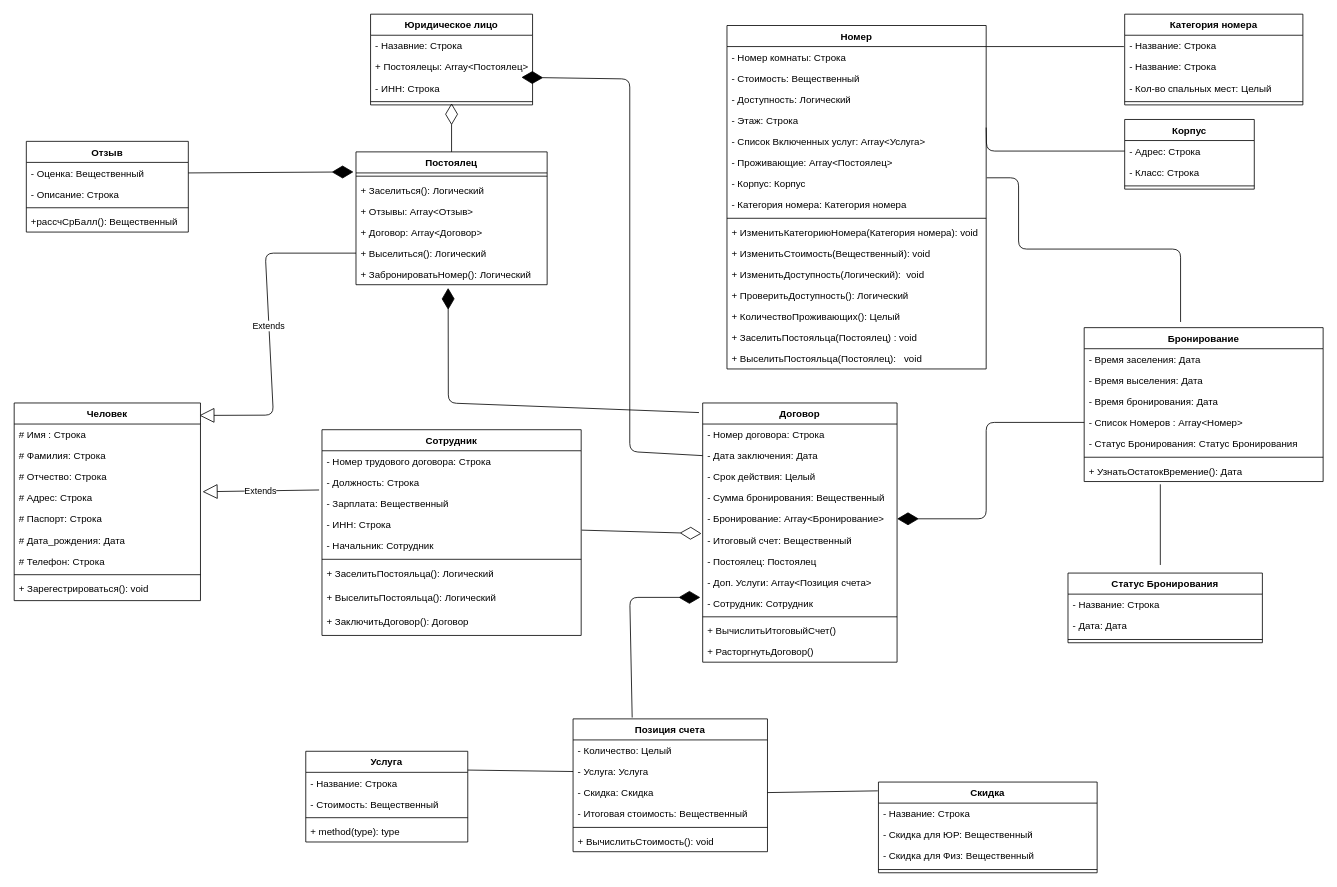
The draw.io diagram IS_IS/lab2/Class diagram.drawio in Suvorovm/DB--Labs, before the edit. Source tidied: cells renumbered, new cells numbered last; positions are measured from the earlier drawing's top-left corner, leaving out a move shared by most shapes. Both pictures are drawn from the tidied source at 81%, with x=0, y=0 at pixel (14, 14).
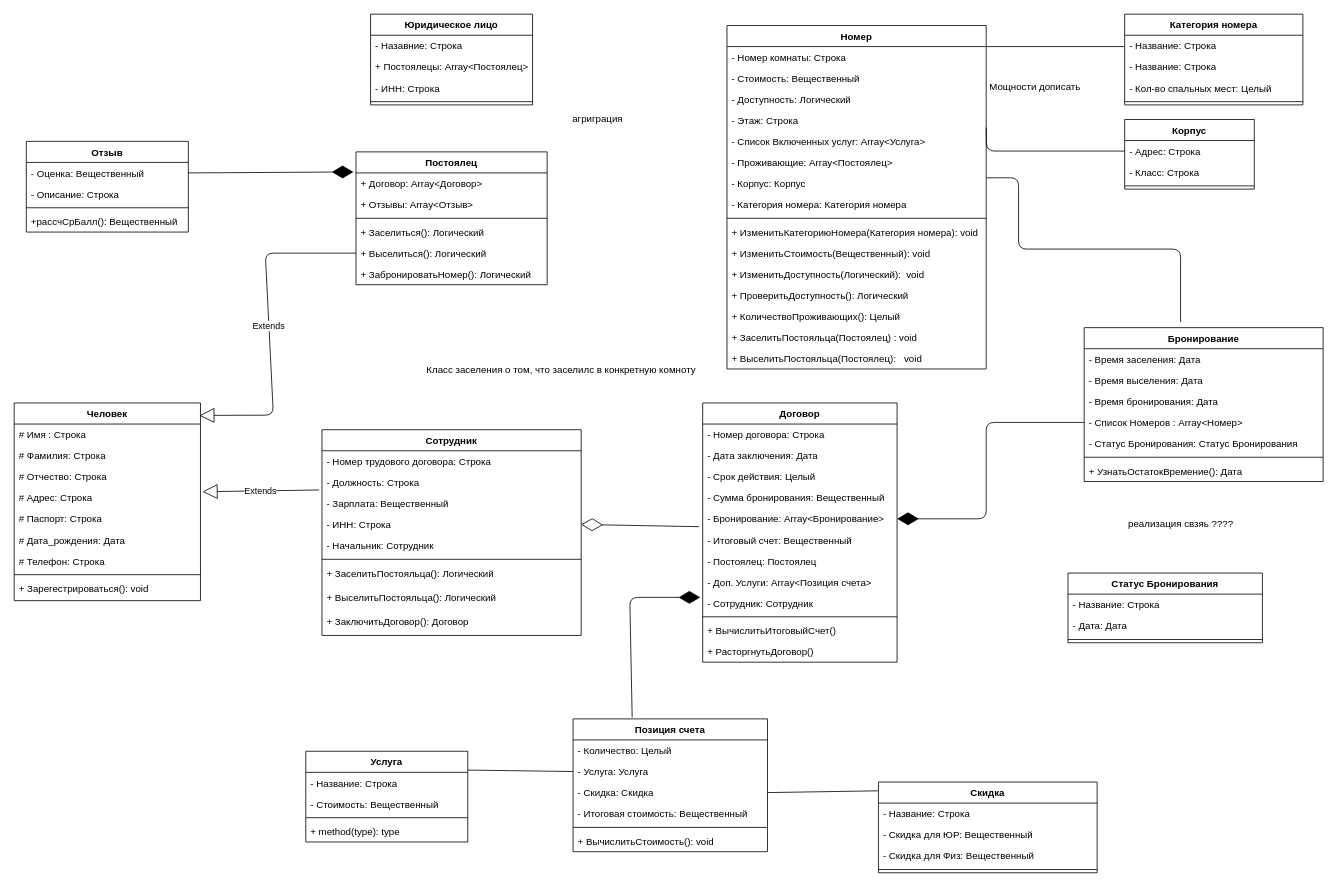
The same diagram, later.

Commit message:
внес коррективы в диаграмму классов

The change refers to these unchanged cells:
```xml
<mxCell id="28" value="+ УзнатьОстатокВремение(): Дата" style="text;strokeColor=none;fillColor=none;align=left;verticalAlign=top;spacingLeft=4;spacingRight=4;overflow=hidden;points=[[0,0.5],[1,0.5]];portConstraint=eastwest;" parent="21" vertex="1">
  <mxGeometry y="164" width="295" height="26" as="geometry" />
</mxCell>
<mxCell id="32" value="- ИНН: Строка" style="text;strokeColor=none;fillColor=none;align=left;verticalAlign=top;spacingLeft=4;spacingRight=4;overflow=hidden;points=[[0,0.5],[1,0.5]];portConstraint=eastwest;" parent="29" vertex="1">
  <mxGeometry y="78" width="200" height="26" as="geometry" />
</mxCell>
<mxCell id="50" value="Постоялец" style="swimlane;fontStyle=1;align=center;verticalAlign=top;horizontal=1;startSize=26;" parent="1" vertex="1">
  <mxGeometry x="422" y="170" width="236" height="164" as="geometry" />
</mxCell>
<mxCell id="56" value="+ ЗабронироватьНомер(): Логический" style="text;strokeColor=none;fillColor=none;align=left;verticalAlign=top;spacingLeft=4;spacingRight=4;overflow=hidden;points=[[0,0.5],[1,0.5]];portConstraint=eastwest;" parent="50" vertex="1">
  <mxGeometry y="138" width="236" height="26" as="geometry" />
</mxCell>
<mxCell id="57" value="Договор" style="swimlane;fontStyle=1;align=center;verticalAlign=top;horizontal=1;startSize=26;" parent="1" vertex="1">
  <mxGeometry x="850" y="480" width="240" height="320" as="geometry" />
</mxCell>
<mxCell id="59" value="- Дата заключения: Дата" style="text;strokeColor=none;fillColor=none;align=left;verticalAlign=top;spacingLeft=4;spacingRight=4;overflow=hidden;points=[[0,0.5],[1,0.5]];portConstraint=eastwest;" parent="57" vertex="1">
  <mxGeometry y="52" width="240" height="26" as="geometry" />
</mxCell>
<mxCell id="63" value="- Итоговый счет: Вещественный" style="text;strokeColor=none;fillColor=none;align=left;verticalAlign=top;spacingLeft=4;spacingRight=4;overflow=hidden;points=[[0,0.5],[1,0.5]];portConstraint=eastwest;" parent="57" vertex="1">
  <mxGeometry y="156" width="240" height="26" as="geometry" />
</mxCell>
<mxCell id="107" value="- ИНН: Строка" style="text;strokeColor=none;fillColor=none;align=left;verticalAlign=top;spacingLeft=4;spacingRight=4;overflow=hidden;points=[[0,0.5],[1,0.5]];portConstraint=eastwest;" parent="103" vertex="1">
  <mxGeometry y="104" width="320" height="26" as="geometry" />
</mxCell>
```

Diff of the diagram source:
```diff
@@
+    <mxCell id="54" value="+ Договор: Array&lt;Договор&gt;" style="text;strokeColor=none;fillColor=none;align=left;verticalAlign=top;spacingLeft=4;spacingRight=4;overflow=hidden;" parent="50" vertex="1">
+      <mxGeometry y="26" width="236" height="26" as="geometry" />
+    </mxCell>
+    <mxCell id="53" value="+ Отзывы: Array&lt;Отзыв&gt;" style="text;strokeColor=none;fillColor=none;align=left;verticalAlign=top;spacingLeft=4;spacingRight=4;overflow=hidden;" parent="50" vertex="1">
+      <mxGeometry y="52" width="236" height="26" as="geometry" />
+    </mxCell>
     <mxCell id="51" style="line;strokeWidth=1;fillColor=none;align=left;verticalAlign=middle;spacingTop=-1;spacingLeft=3;spacingRight=3;labelPosition=right;" parent="50" vertex="1">
-      <mxGeometry y="26" width="236" height="8" as="geometry" />
+      <mxGeometry y="78" width="236" height="8" as="geometry" />
     </mxCell>
     <mxCell id="52" value="+ Заселиться(): Логический" style="text;strokeColor=none;fillColor=none;align=left;verticalAlign=top;spacingLeft=4;spacingRight=4;overflow=hidden;" parent="50" vertex="1">
-      <mxGeometry y="34" width="236" height="26" as="geometry" />
+      <mxGeometry y="86" width="236" height="26" as="geometry" />
     </mxCell>
-    <mxCell id="53" value="+ Отзывы: Array&lt;Отзыв&gt;" style="text;strokeColor=none;fillColor=none;align=left;verticalAlign=top;spacingLeft=4;spacingRight=4;overflow=hidden;" parent="50" vertex="1">
-      <mxGeometry y="60" width="236" height="26" as="geometry" />
-    </mxCell>
-    <mxCell id="54" value="+ Договор: Array&lt;Договор&gt;" style="text;strokeColor=none;fillColor=none;align=left;verticalAlign=top;spacingLeft=4;spacingRight=4;overflow=hidden;" parent="50" vertex="1">
-      <mxGeometry y="86" width="236" height="26" as="geometry" />
-    </mxCell>
@@
-    <mxCell id="70" style="endArrow=diamondThin;endFill=0;endSize=24;html=1;exitX=0.5;exitY=0;exitDx=0;exitDy=0;" parent="1" edge="1" source="50">
-      <mxGeometry relative="1" as="geometry">
-        <mxPoint x="540" y="110" as="targetPoint" />
-      </mxGeometry>
-    </mxCell>
@@
-    <mxCell id="89" style="endArrow=diamondThin;endFill=0;endSize=24;html=1;entryX=-0.006;entryY=0.2;entryDx=0;entryDy=0;exitX=1.002;exitY=0.769;exitDx=0;exitDy=0;exitPerimeter=0;entryPerimeter=0;" parent="1" edge="1" source="107" target="63">
+    <mxCell id="89" style="endArrow=diamondThin;endFill=0;endSize=24;html=1;entryX=1;entryY=0.5;entryDx=0;entryDy=0;exitX=-0.019;exitY=-0.126;exitDx=0;exitDy=0;exitPerimeter=0;" parent="1" edge="1" source="63" target="107">
       <mxGeometry relative="1" as="geometry" />
     </mxCell>
-    <mxCell id="90" style="endArrow=diamondThin;endFill=1;endSize=24;html=1;exitX=-0.019;exitY=0.037;exitDx=0;exitDy=0;entryX=0.482;entryY=1.154;entryDx=0;entryDy=0;entryPerimeter=0;exitPerimeter=0;" parent="1" edge="1" source="57" target="56">
-      <mxGeometry relative="1" as="geometry">
-        <Array as="points">
-          <mxPoint x="536" y="480" />
-        </Array>
-      </mxGeometry>
-    </mxCell>
@@
-    <mxCell id="101" style="endArrow=diamondThin;endFill=1;endSize=24;html=1;exitX=0;exitY=0.5;exitDx=0;exitDy=0;entryX=0.931;entryY=0;entryDx=0;entryDy=0;entryPerimeter=0;" parent="1" edge="1" source="59" target="32">
-      <mxGeometry relative="1" as="geometry">
-        <Array as="points">
-          <mxPoint x="760" y="540" />
-          <mxPoint x="760" y="80" />
-        </Array>
-      </mxGeometry>
-    </mxCell>
@@
-    <mxCell id="118" style="endArrow=none;html=1;edgeStyle=orthogonalEdgeStyle;exitX=0.319;exitY=1.131;exitDx=0;exitDy=0;exitPerimeter=0;" parent="1" edge="1" source="28">
-      <mxGeometry relative="1" as="geometry">
-        <mxPoint x="1415" y="680" as="targetPoint" />
-        <Array as="points">
-          <mxPoint x="1415" y="680" />
-        </Array>
-      </mxGeometry>
-    </mxCell>
@@
+    <mxCell id="122" value="агриграция" style="text;html=1;align=center;verticalAlign=middle;" parent="1" vertex="1">
+      <mxGeometry x="680" y="120" width="80" height="20" as="geometry" />
+    </mxCell>
+    <mxCell id="123" value="Класс заселения о том, что заселилс в конкретную комноту" style="text;html=1;align=center;verticalAlign=middle;" parent="1" vertex="1">
+      <mxGeometry x="500" y="430" width="350" height="20" as="geometry" />
+    </mxCell>
+    <mxCell id="124" value="реализация свзяь ????" style="text;html=1;align=center;verticalAlign=middle;" parent="1" vertex="1">
+      <mxGeometry x="1365" y="620" width="150" height="20" as="geometry" />
+    </mxCell>
+    <mxCell id="125" value="Мощности дописать&lt;br&gt;" style="text;html=1;align=center;verticalAlign=middle;" parent="1" vertex="1">
+      <mxGeometry x="1195" y="80" width="130" height="20" as="geometry" />
+    </mxCell>
```
